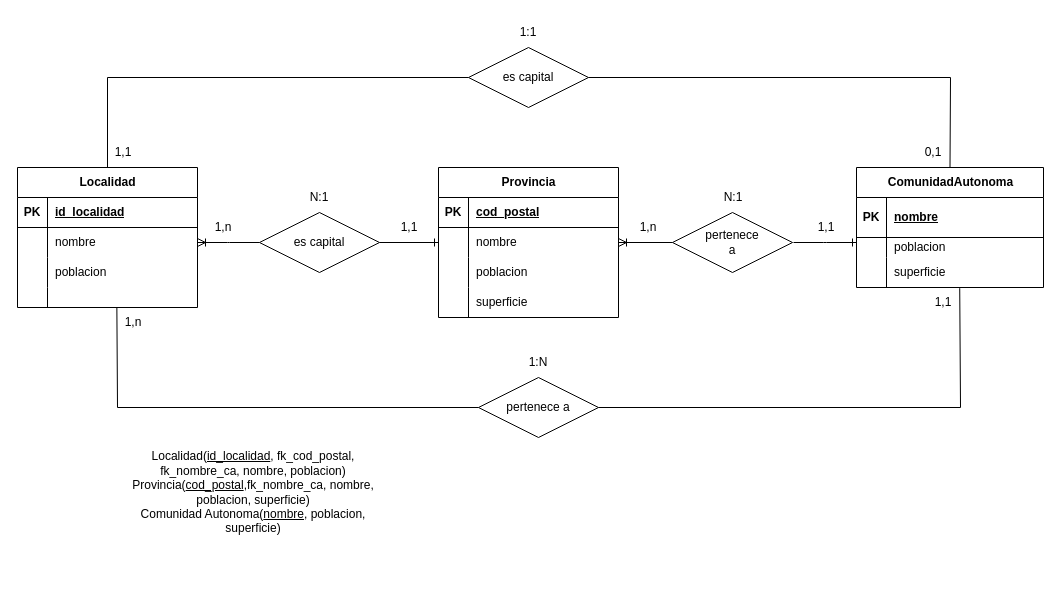
This is Ejercicio03.drawio from Daninuro/diagrames-cvf-dn-mpl-n-11102023, a draw.io file, before an edit. Source tidied: cells renumbered, new cells numbered last; positions are measured from the earlier drawing's top-left corner, leaving out a move shared by most shapes. Both pictures are drawn from the tidied source at 100%, with x=0, y=0 at pixel (17, 17).
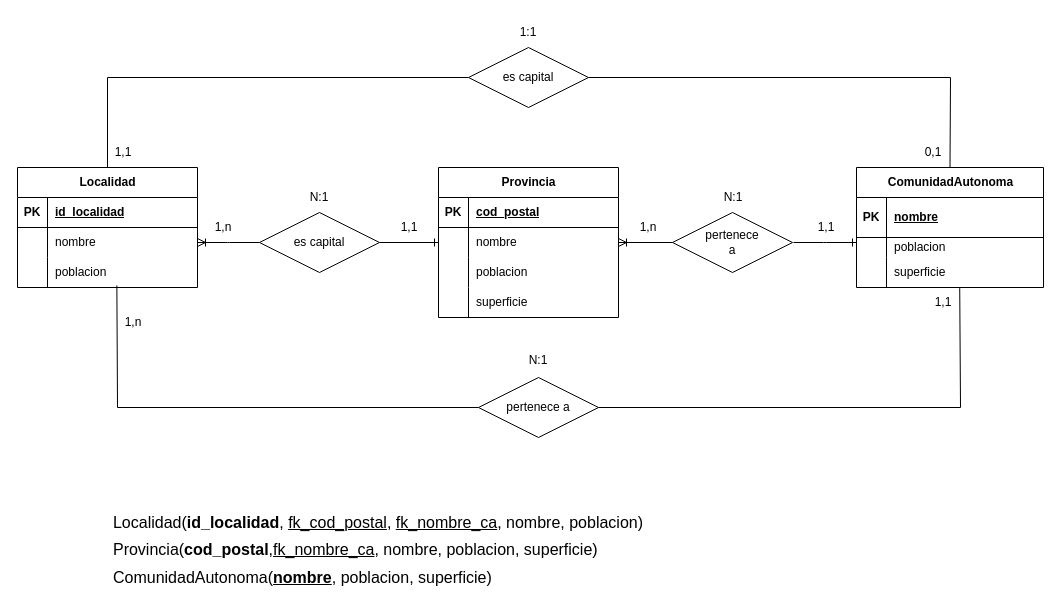
Above is the later version.

Unchanged cells that the change refers to:
```xml
<mxCell id="9" style="shape=tableRow;horizontal=0;startSize=0;swimlaneHead=0;swimlaneBody=0;fillColor=none;points=[[0,0.5],[1,0.5]];portConstraint=eastwest;top=0;left=0;right=0;bottom=0;" parent="2" vertex="1">
  <mxGeometry y="90" width="180" height="30" as="geometry" />
</mxCell>
<mxCell id="56" value="pertenece a" style="shape=rhombus;perimeter=rhombusPerimeter;whiteSpace=wrap;html=1;align=center;" parent="1" vertex="1">
  <mxGeometry x="461" y="360" width="120" height="60" as="geometry" />
</mxCell>
```

Change to the diagram source:
```diff
@@
     <mxCell id="2" value="Localidad" style="shape=table;startSize=30;childLayout=tableLayout;rowLines=0;fontStyle=1;align=center;html=1;" parent="1" vertex="1">
-      <mxGeometry y="150" width="180" height="140" as="geometry" />
+      <mxGeometry y="150" width="180" height="120" as="geometry" />
     </mxCell>
@@
-    <mxCell id="12" style="shape=tableRow;horizontal=0;startSize=0;swimlaneHead=0;swimlaneBody=0;fillColor=none;points=[[0,0.5],[1,0.5]];portConstraint=eastwest;top=0;left=0;right=0;bottom=0;" parent="2" vertex="1">
-      <mxGeometry y="120" width="180" height="20" as="geometry" />
-    </mxCell>
-    <mxCell id="13" style="shape=partialRectangle;fillColor=none;top=0;left=0;bottom=0;right=0;overflow=hidden;whiteSpace=wrap;html=1;" parent="12" vertex="1">
-      <mxGeometry width="30" height="20" as="geometry" />
-    </mxCell>
-    <mxCell id="14" style="shape=partialRectangle;fillColor=none;top=0;left=0;bottom=0;right=0;align=left;spacingLeft=6;overflow=hidden;whiteSpace=wrap;html=1;" parent="12" vertex="1">
-      <mxGeometry x="30" width="150" height="20" as="geometry" />
-    </mxCell>
@@
-    <mxCell id="57" style="endArrow=none;html=1;rounded=0;exitX=0.552;exitY=1.008;exitDx=0;exitDy=0;entryX=0;entryY=0.5;entryDx=0;entryDy=0;exitPerimeter=0;" parent="1" edge="1" source="12" target="56">
+    <mxCell id="57" style="endArrow=none;html=1;rounded=0;exitX=0.552;exitY=0.933;exitDx=0;exitDy=0;entryX=0;entryY=0.5;entryDx=0;entryDy=0;exitPerimeter=0;" parent="1" edge="1" source="9" target="56">
       <mxGeometry relative="1" as="geometry">
         <Array as="points">
           <mxPoint x="100" y="390" />
         </Array>
       </mxGeometry>
     </mxCell>
@@
-    <mxCell id="60" value="1:N" style="text;html=1;strokeColor=none;fillColor=none;align=center;verticalAlign=middle;whiteSpace=wrap;rounded=0;" parent="1" vertex="1">
-      <mxGeometry x="491" y="330" width="60" height="30" as="geometry" />
+    <mxCell id="60" value="&lt;br&gt;N:1" style="text;html=1;strokeColor=none;fillColor=none;align=center;verticalAlign=middle;whiteSpace=wrap;rounded=0;" parent="1" vertex="1">
+      <mxGeometry x="491" y="320" width="60" height="30" as="geometry" />
     </mxCell>
@@
-    <mxCell id="62" value="Localidad(&lt;u&gt;id_localidad&lt;/u&gt;, fk_cod_postal, fk_nombre_ca, nombre, poblacion)&lt;br&gt;Provincia(&lt;u&gt;cod_postal&lt;/u&gt;,fk_nombre_ca, nombre, poblacion, superficie)&lt;br&gt;Comunidad Autonoma(&lt;u&gt;nombre&lt;/u&gt;, poblacion, superficie)" style="text;html=1;strokeColor=none;fillColor=none;align=center;verticalAlign=middle;whiteSpace=wrap;rounded=0;" parent="1" vertex="1">
-      <mxGeometry x="96" y="460" width="280" height="30" as="geometry" />
+    <mxCell id="62" value="&lt;div style=&quot;text-align: justify; line-height: 180%;&quot;&gt;&lt;span style=&quot;font-size: 16px; background-color: initial;&quot;&gt;Localidad(&lt;/span&gt;&lt;span style=&quot;font-size: 16px; background-color: initial;&quot;&gt;&lt;b&gt;id_localidad&lt;/b&gt;&lt;/span&gt;&lt;span style=&quot;font-size: 16px; background-color: initial;&quot;&gt;, &lt;u&gt;fk_cod_postal&lt;/u&gt;, &lt;u&gt;fk_nombre_ca&lt;/u&gt;, nombre, poblacion)&lt;/span&gt;&lt;/div&gt;&lt;font style=&quot;font-size: 16px;&quot;&gt;&lt;div style=&quot;text-align: justify; line-height: 180%;&quot;&gt;&lt;span style=&quot;background-color: initial;&quot;&gt;Provincia(&lt;/span&gt;&lt;span style=&quot;background-color: initial;&quot;&gt;&lt;b&gt;cod_postal&lt;/b&gt;&lt;/span&gt;&lt;span style=&quot;background-color: initial;&quot;&gt;,&lt;u&gt;fk_nombre_ca&lt;/u&gt;, nombre, poblacion, superficie)&lt;/span&gt;&lt;/div&gt;&lt;div style=&quot;text-align: justify; line-height: 180%;&quot;&gt;&lt;span style=&quot;background-color: initial;&quot;&gt;ComunidadAutonoma(&lt;/span&gt;&lt;u style=&quot;background-color: initial;&quot;&gt;&lt;b&gt;nombre&lt;/b&gt;&lt;/u&gt;&lt;span style=&quot;background-color: initial;&quot;&gt;, poblacion, superficie)&lt;/span&gt;&lt;/div&gt;&lt;/font&gt;" style="text;html=1;strokeColor=none;fillColor=none;align=center;verticalAlign=middle;whiteSpace=wrap;rounded=0;" parent="1" vertex="1">
+      <mxGeometry x="86" y="520" width="550" height="30" as="geometry" />
     </mxCell>
```
